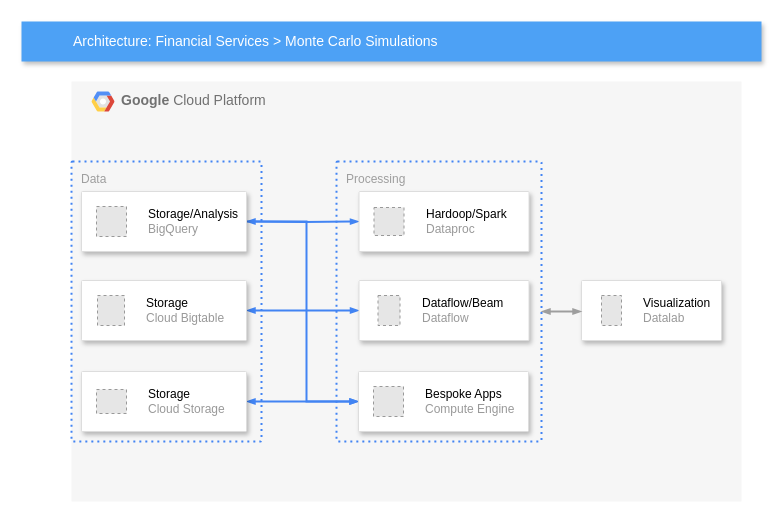
The draw.io diagram Untitled Diagram.drawio in lzhchn0/k8s-operator, before the edit. Source tidied: cells renumbered, new cells numbered last; positions are measured from the earlier drawing's top-left corner, leaving out a move shared by most shapes. Both pictures are drawn from the tidied source at 100%, with x=0, y=0 at pixel (21, 21). Pictures stored in the file or linked from it are replaced by grey dashed boxes.
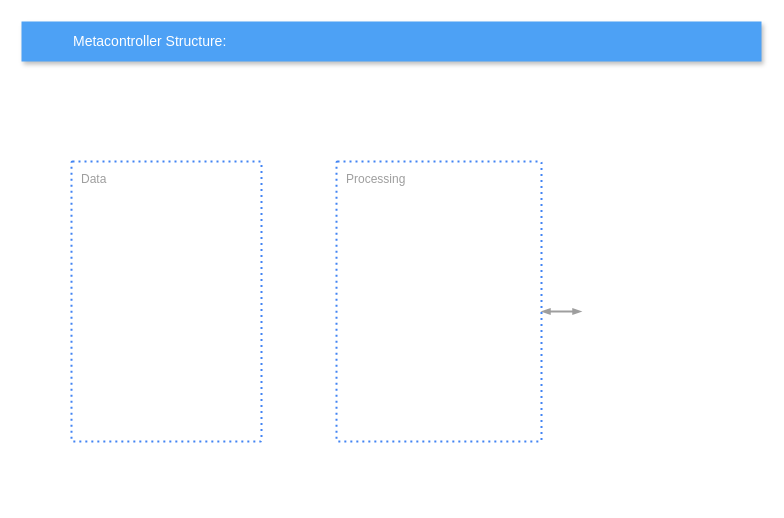
The same diagram, later.

The change refers to these unchanged cells:
```xml
<mxCell id="6" value="Processing" style="rounded=1;absoluteArcSize=1;arcSize=2;html=1;strokeColor=#4284F3;gradientColor=none;shadow=0;dashed=1;fontSize=12;fontColor=#9E9E9E;align=left;verticalAlign=top;spacing=10;spacingTop=-4;fillColor=none;dashPattern=1 2;strokeWidth=2;" parent="1" vertex="1">
  <mxGeometry x="315" y="140" width="205" height="280" as="geometry" />
</mxCell>
```

What changed in the source:
```diff
@@
-    <mxCell id="2" value="&lt;b&gt;Google &lt;/b&gt;Cloud Platform" style="fillColor=#F6F6F6;strokeColor=none;shadow=0;gradientColor=none;fontSize=14;align=left;spacing=10;fontColor=#717171;9E9E9E;verticalAlign=top;spacingTop=-4;fontStyle=0;spacingLeft=40;html=1;" parent="1" vertex="1">
-      <mxGeometry x="50" y="60" width="670" height="420" as="geometry" />
-    </mxCell>
-    <mxCell id="3" style="shape=mxgraph.gcp2.google_cloud_platform;fillColor=#F6F6F6;strokeColor=none;shadow=0;gradientColor=none;" parent="2" vertex="1">
-      <mxGeometry width="23" height="20" relative="1" as="geometry">
-        <mxPoint x="20" y="10" as="offset" />
-      </mxGeometry>
-    </mxCell>
-    <mxCell id="4" style="strokeColor=#dddddd;shadow=1;strokeWidth=1;rounded=1;absoluteArcSize=1;arcSize=2;" parent="2" vertex="1">
-      <mxGeometry x="510" y="199" width="140" height="60" as="geometry" />
-    </mxCell>
-    <mxCell id="5" value="&lt;font color=&quot;#000000&quot;&gt;Visualization&lt;/font&gt;&lt;br&gt;Datalab" style="fillColor=#E6E6E6;strokeColor=#999999;dashed=1;html=1;fontColor=#999999;verticalLabelPosition=middle;verticalAlign=middle;labelPosition=right;align=left;spacingLeft=20;" parent="4" vertex="1">
-      <mxGeometry width="20" height="30" relative="1" as="geometry">
-        <mxPoint x="20" y="15" as="offset" />
-      </mxGeometry>
-    </mxCell>
@@
-    <mxCell id="8" value="Architecture: Financial Services &amp;gt; Monte Carlo Simulations" style="fillColor=#4DA1F5;strokeColor=none;shadow=1;gradientColor=none;fontSize=14;align=left;spacingLeft=50;fontColor=#ffffff;html=1;" parent="1" vertex="1">
+    <mxCell id="8" value="Metacontroller Structure: " style="fillColor=#4DA1F5;strokeColor=none;shadow=1;gradientColor=none;fontSize=14;align=left;spacingLeft=50;fontColor=#ffffff;html=1;" parent="1" vertex="1">
       <mxGeometry width="740" height="40" as="geometry" />
     </mxCell>
-    <mxCell id="9" style="edgeStyle=orthogonalEdgeStyle;rounded=0;html=1;labelBackgroundColor=none;startFill=1;startSize=4;endArrow=blockThin;endFill=1;endSize=4;jettySize=auto;strokeColor=#4284F3;strokeWidth=2;fontSize=12;fontColor=#000000;align=center;dashed=0;startArrow=blockThin;" parent="1" edge="1" source="16" target="22">
-      <mxGeometry relative="1" as="geometry" />
-    </mxCell>
-    <mxCell id="10" style="edgeStyle=orthogonalEdgeStyle;rounded=0;html=1;labelBackgroundColor=none;startFill=1;startSize=4;endArrow=blockThin;endFill=1;endSize=4;jettySize=auto;strokeColor=#4284F3;strokeWidth=2;fontSize=12;fontColor=#000000;align=center;dashed=0;startArrow=blockThin;" parent="1" edge="1" source="18" target="24">
-      <mxGeometry relative="1" as="geometry" />
-    </mxCell>
-    <mxCell id="11" style="edgeStyle=orthogonalEdgeStyle;rounded=0;html=1;labelBackgroundColor=none;startFill=1;startSize=4;endArrow=blockThin;endFill=1;endSize=4;jettySize=auto;strokeColor=#9E9E9E;strokeWidth=2;fontSize=12;fontColor=#000000;align=center;dashed=0;startArrow=blockThin;" parent="1" edge="1" source="6" target="4">
+    <mxCell id="11" style="edgeStyle=orthogonalEdgeStyle;rounded=0;html=1;labelBackgroundColor=none;startFill=1;startSize=4;endArrow=blockThin;endFill=1;endSize=4;jettySize=auto;strokeColor=#9E9E9E;strokeWidth=2;fontSize=12;fontColor=#000000;align=center;dashed=0;startArrow=blockThin;" parent="1" edge="1" source="6">
       <mxGeometry relative="1" as="geometry">
+        <mxPoint x="560" y="290" as="targetPoint" />
         <Array as="points">
           <mxPoint x="540" y="290" />
           <mxPoint x="540" y="290" />
         </Array>
       </mxGeometry>
     </mxCell>
-    <mxCell id="12" style="edgeStyle=orthogonalEdgeStyle;rounded=0;html=1;labelBackgroundColor=none;startFill=1;startSize=4;endArrow=blockThin;endFill=1;endSize=4;jettySize=auto;strokeColor=#4284F3;strokeWidth=2;fontSize=12;fontColor=#000000;align=center;dashed=0;" parent="1" edge="1" target="20">
-      <mxGeometry relative="1" as="geometry">
-        <mxPoint x="225" y="200" as="sourcePoint" />
-      </mxGeometry>
-    </mxCell>
-    <mxCell id="13" style="edgeStyle=orthogonalEdgeStyle;rounded=0;html=1;labelBackgroundColor=none;startFill=1;startSize=4;endArrow=blockThin;endFill=1;endSize=4;jettySize=auto;strokeColor=#4284F3;strokeWidth=2;fontSize=12;fontColor=#000000;align=center;dashed=0;startArrow=blockThin;" parent="1" edge="1" source="14" target="24">
-      <mxGeometry relative="1" as="geometry">
-        <Array as="points">
-          <mxPoint x="285" y="200" />
-          <mxPoint x="285" y="380" />
-        </Array>
-      </mxGeometry>
-    </mxCell>
-    <mxCell id="14" style="strokeColor=#dddddd;shadow=1;strokeWidth=1;rounded=1;absoluteArcSize=1;arcSize=2;" parent="1" vertex="1">
-      <mxGeometry x="60" y="170" width="165" height="60" as="geometry" />
-    </mxCell>
-    <mxCell id="15" value="&lt;font color=&quot;#000000&quot;&gt;Storage/Analysis&lt;/font&gt;&lt;br&gt;BigQuery" style="fillColor=#E6E6E6;strokeColor=#999999;dashed=1;html=1;fontColor=#999999;verticalLabelPosition=middle;verticalAlign=middle;labelPosition=right;align=left;spacingLeft=20;" parent="14" vertex="1">
-      <mxGeometry width="30" height="30" relative="1" as="geometry">
-        <mxPoint x="15" y="15" as="offset" />
-      </mxGeometry>
-    </mxCell>
-    <mxCell id="16" style="strokeColor=#dddddd;shadow=1;strokeWidth=1;rounded=1;absoluteArcSize=1;arcSize=2;" parent="1" vertex="1">
-      <mxGeometry x="60" y="259" width="165" height="60" as="geometry" />
-    </mxCell>
-    <mxCell id="17" value="&lt;font color=&quot;#000000&quot;&gt;Storage&lt;/font&gt;&lt;br&gt;Cloud Bigtable" style="fillColor=#E6E6E6;strokeColor=#999999;dashed=1;html=1;fontColor=#999999;verticalLabelPosition=middle;verticalAlign=middle;labelPosition=right;align=left;spacingLeft=20;" parent="16" vertex="1">
-      <mxGeometry width="27" height="30" relative="1" as="geometry">
-        <mxPoint x="16" y="15" as="offset" />
-      </mxGeometry>
-    </mxCell>
-    <mxCell id="18" style="strokeColor=#dddddd;shadow=1;strokeWidth=1;rounded=1;absoluteArcSize=1;arcSize=2;" parent="1" vertex="1">
-      <mxGeometry x="60" y="350" width="165" height="60" as="geometry" />
-    </mxCell>
-    <mxCell id="19" value="&lt;font color=&quot;#000000&quot;&gt;Storage&lt;/font&gt;&lt;br&gt;Cloud Storage" style="fillColor=#E6E6E6;strokeColor=#999999;dashed=1;html=1;fontColor=#999999;verticalLabelPosition=middle;verticalAlign=middle;labelPosition=right;align=left;spacingLeft=20;" parent="18" vertex="1">
-      <mxGeometry width="30" height="24" relative="1" as="geometry">
-        <mxPoint x="15" y="18" as="offset" />
-      </mxGeometry>
-    </mxCell>
-    <mxCell id="20" style="strokeColor=#dddddd;shadow=1;strokeWidth=1;rounded=1;absoluteArcSize=1;arcSize=2;" parent="1" vertex="1">
-      <mxGeometry x="337.5" y="170" width="170" height="60" as="geometry" />
-    </mxCell>
-    <mxCell id="21" value="&lt;font color=&quot;#000000&quot;&gt;Hardoop/Spark&lt;/font&gt;&lt;br&gt;Dataproc" style="fillColor=#E6E6E6;strokeColor=#999999;dashed=1;html=1;fontColor=#999999;verticalLabelPosition=middle;verticalAlign=middle;labelPosition=right;align=left;spacingLeft=20;" parent="20" vertex="1">
-      <mxGeometry width="30" height="28" relative="1" as="geometry">
-        <mxPoint x="15" y="16" as="offset" />
-      </mxGeometry>
-    </mxCell>
-    <mxCell id="22" style="strokeColor=#dddddd;shadow=1;strokeWidth=1;rounded=1;absoluteArcSize=1;arcSize=2;" parent="1" vertex="1">
-      <mxGeometry x="337.5" y="259" width="170" height="60" as="geometry" />
-    </mxCell>
-    <mxCell id="23" value="&lt;font color=&quot;#000000&quot;&gt;Dataflow/Beam&lt;/font&gt;&lt;br&gt;Dataflow" style="fillColor=#E6E6E6;strokeColor=#999999;dashed=1;html=1;fontColor=#999999;verticalLabelPosition=middle;verticalAlign=middle;labelPosition=right;align=left;spacingLeft=20;" parent="22" vertex="1">
-      <mxGeometry width="22" height="30" relative="1" as="geometry">
-        <mxPoint x="19" y="15" as="offset" />
-      </mxGeometry>
-    </mxCell>
-    <mxCell id="24" style="strokeColor=#dddddd;shadow=1;strokeWidth=1;rounded=1;absoluteArcSize=1;arcSize=2;" parent="1" vertex="1">
-      <mxGeometry x="337" y="350" width="170" height="60" as="geometry" />
-    </mxCell>
-    <mxCell id="25" value="&lt;font color=&quot;#000000&quot;&gt;Bespoke Apps&lt;/font&gt;&lt;br&gt;Compute Engine" style="fillColor=#E6E6E6;strokeColor=#999999;dashed=1;html=1;fontColor=#999999;verticalLabelPosition=middle;verticalAlign=middle;labelPosition=right;align=left;spacingLeft=20;" parent="24" vertex="1">
-      <mxGeometry width="30" height="30" relative="1" as="geometry">
-        <mxPoint x="15" y="15" as="offset" />
-      </mxGeometry>
-    </mxCell>
```
